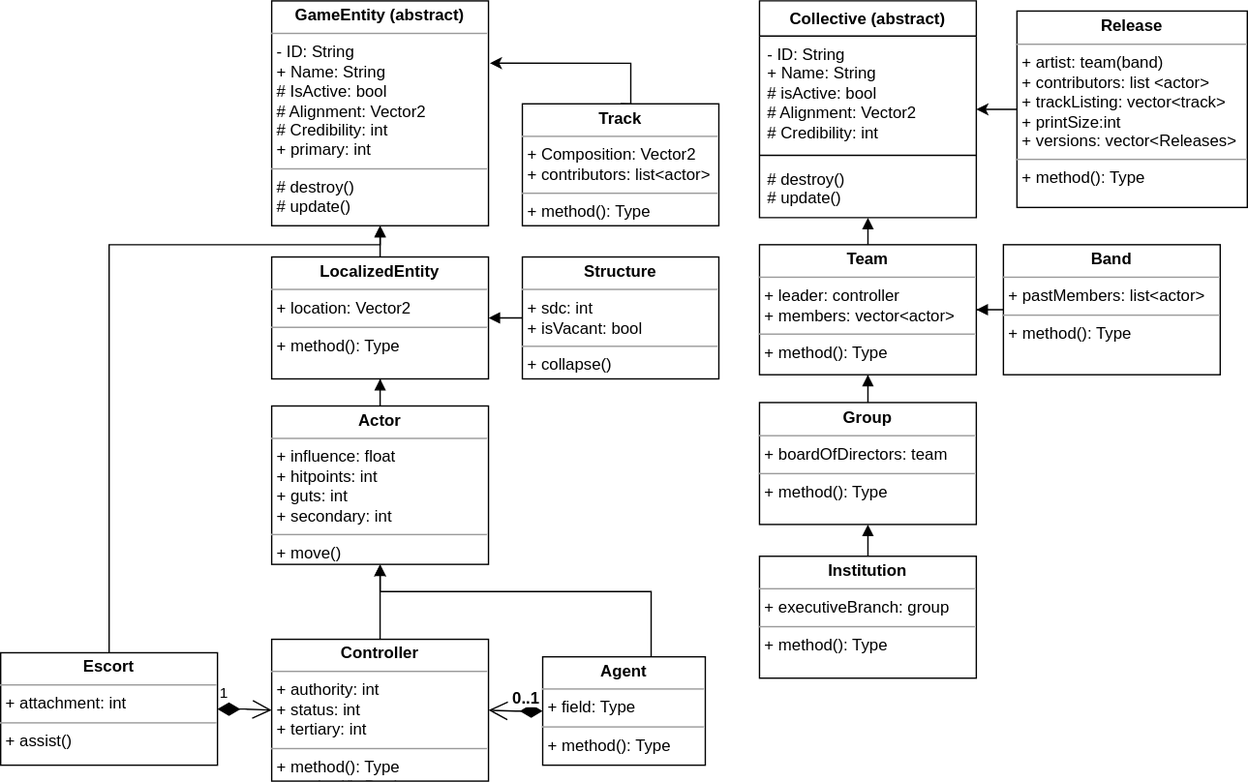
This is TheProspector/Assets/Schematics/Entity.svg from SakuNurmiranta/TheProspector, a draw.io export, as it was before one commit. Source tidied: cells renumbered, new cells last; positions are measured from the earlier drawing's top-left corner, leaving out a move shared by most shapes.
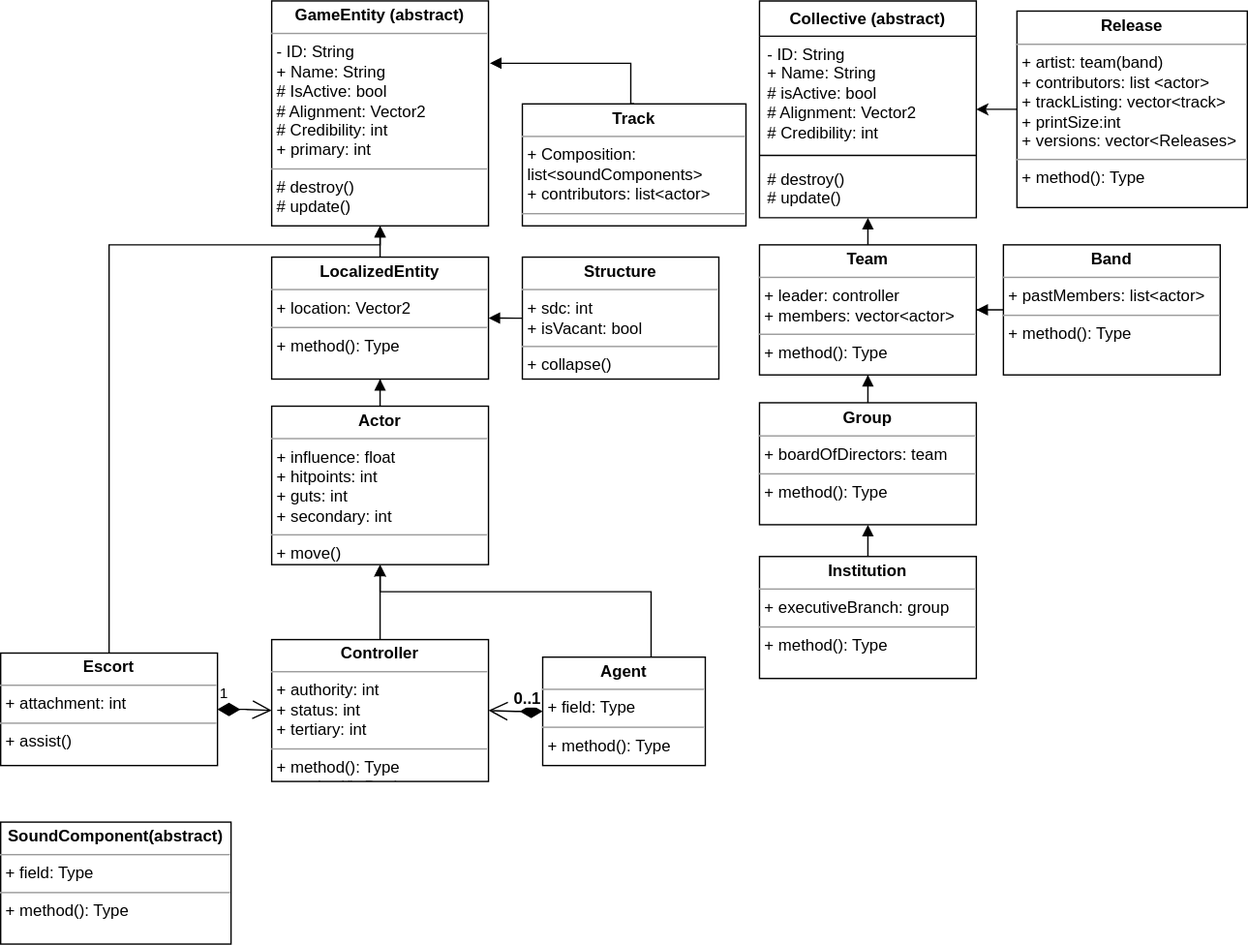
The same file after the commit.

Diff of the diagram source:
```diff
@@ -87,10 +87,10 @@
     <mxCell id="26" value="&lt;p style=&quot;margin:0px;margin-top:4px;text-align:center;&quot;&gt;&lt;b&gt;Institution&lt;/b&gt;&lt;/p&gt;&lt;hr size=&quot;1&quot;&gt;&lt;p style=&quot;margin:0px;margin-left:4px;&quot;&gt;+ executiveBranch: group&lt;/p&gt;&lt;hr size=&quot;1&quot;&gt;&lt;p style=&quot;margin:0px;margin-left:4px;&quot;&gt;+ method(): Type&lt;/p&gt;" style="verticalAlign=top;align=left;overflow=fill;fontSize=12;fontFamily=Helvetica;html=1;whiteSpace=wrap;" parent="1" vertex="1">
       <mxGeometry x="560" y="410" width="160" height="90" as="geometry" />
     </mxCell>
-    <mxCell id="27" value="&lt;p style=&quot;margin:0px;margin-top:4px;text-align:center;&quot;&gt;&lt;b&gt;Track&lt;/b&gt;&lt;/p&gt;&lt;hr size=&quot;1&quot;&gt;&lt;p style=&quot;margin:0px;margin-left:4px;&quot;&gt;+ Composition: Vector2&lt;/p&gt;&lt;p style=&quot;margin:0px;margin-left:4px;&quot;&gt;+ contributors: list&amp;lt;actor&amp;gt;&lt;/p&gt;&lt;hr size=&quot;1&quot;&gt;&lt;p style=&quot;margin:0px;margin-left:4px;&quot;&gt;+ method(): Type&lt;/p&gt;" style="verticalAlign=top;align=left;overflow=fill;fontSize=12;fontFamily=Helvetica;html=1;whiteSpace=wrap;" parent="1" vertex="1">
-      <mxGeometry x="385" y="76" width="145" height="90" as="geometry" />
+    <mxCell id="27" value="&lt;p style=&quot;margin:0px;margin-top:4px;text-align:center;&quot;&gt;&lt;b&gt;Track&lt;/b&gt;&lt;/p&gt;&lt;hr size=&quot;1&quot;&gt;&lt;p style=&quot;margin:0px;margin-left:4px;&quot;&gt;+ Composition: list&amp;lt;soundComponents&amp;gt;&lt;/p&gt;&lt;p style=&quot;margin:0px;margin-left:4px;&quot;&gt;+ contributors: list&amp;lt;actor&amp;gt;&lt;/p&gt;&lt;hr size=&quot;1&quot;&gt;&lt;p style=&quot;margin:0px;margin-left:4px;&quot;&gt;+ method(): Type&lt;/p&gt;" style="verticalAlign=top;align=left;overflow=fill;fontSize=12;fontFamily=Helvetica;html=1;whiteSpace=wrap;" parent="1" vertex="1">
+      <mxGeometry x="385" y="76" width="165" height="90" as="geometry" />
     </mxCell>
-    <mxCell id="28" style="edgeStyle=orthogonalEdgeStyle;rounded=0;jettySize=auto;html=1;exitX=0.5;exitY=0;exitDx=0;exitDy=0;" parent="1" edge="1" source="27">
+    <mxCell id="28" style="edgeStyle=orthogonalEdgeStyle;rounded=0;jettySize=auto;html=1;exitX=0.5;exitY=0;exitDx=0;exitDy=0;endArrow=block;endFill=1;" parent="1" edge="1" source="27">
       <mxGeometry relative="1" as="geometry">
         <mxPoint x="361" y="46" as="targetPoint" />
         <Array as="points">
@@ -110,5 +110,8 @@
     <mxCell id="32" value="&lt;p style=&quot;margin:0px;margin-top:4px;text-align:center;&quot;&gt;&lt;b&gt;Band&lt;/b&gt;&lt;/p&gt;&lt;hr size=&quot;1&quot;&gt;&lt;p style=&quot;margin:0px;margin-left:4px;&quot;&gt;&lt;span style=&quot;background-color: initial;&quot;&gt;+ pastMembers: list&amp;lt;actor&amp;gt;&lt;/span&gt;&lt;br&gt;&lt;/p&gt;&lt;hr size=&quot;1&quot;&gt;&lt;p style=&quot;margin:0px;margin-left:4px;&quot;&gt;+ method(): Type&lt;/p&gt;" style="verticalAlign=top;align=left;overflow=fill;fontSize=12;fontFamily=Helvetica;html=1;whiteSpace=wrap;" parent="1" vertex="1">
       <mxGeometry x="740" y="180" width="160" height="96" as="geometry" />
     </mxCell>
+    <mxCell id="33" value="&lt;p style=&quot;margin:0px;margin-top:4px;text-align:center;&quot;&gt;&lt;b&gt;SoundComponent(abstract)&lt;/b&gt;&lt;/p&gt;&lt;hr size=&quot;1&quot;&gt;&lt;p style=&quot;margin:0px;margin-left:4px;&quot;&gt;+ field: Type&lt;/p&gt;&lt;hr size=&quot;1&quot;&gt;&lt;p style=&quot;margin:0px;margin-left:4px;&quot;&gt;+ method(): Type&lt;/p&gt;" style="verticalAlign=top;align=left;overflow=fill;fontSize=12;fontFamily=Helvetica;html=1;whiteSpace=wrap;" parent="1" vertex="1">
+      <mxGeometry y="606" width="170" height="90" as="geometry" />
+    </mxCell>
   </root>
 </mxGraphModel>
```
